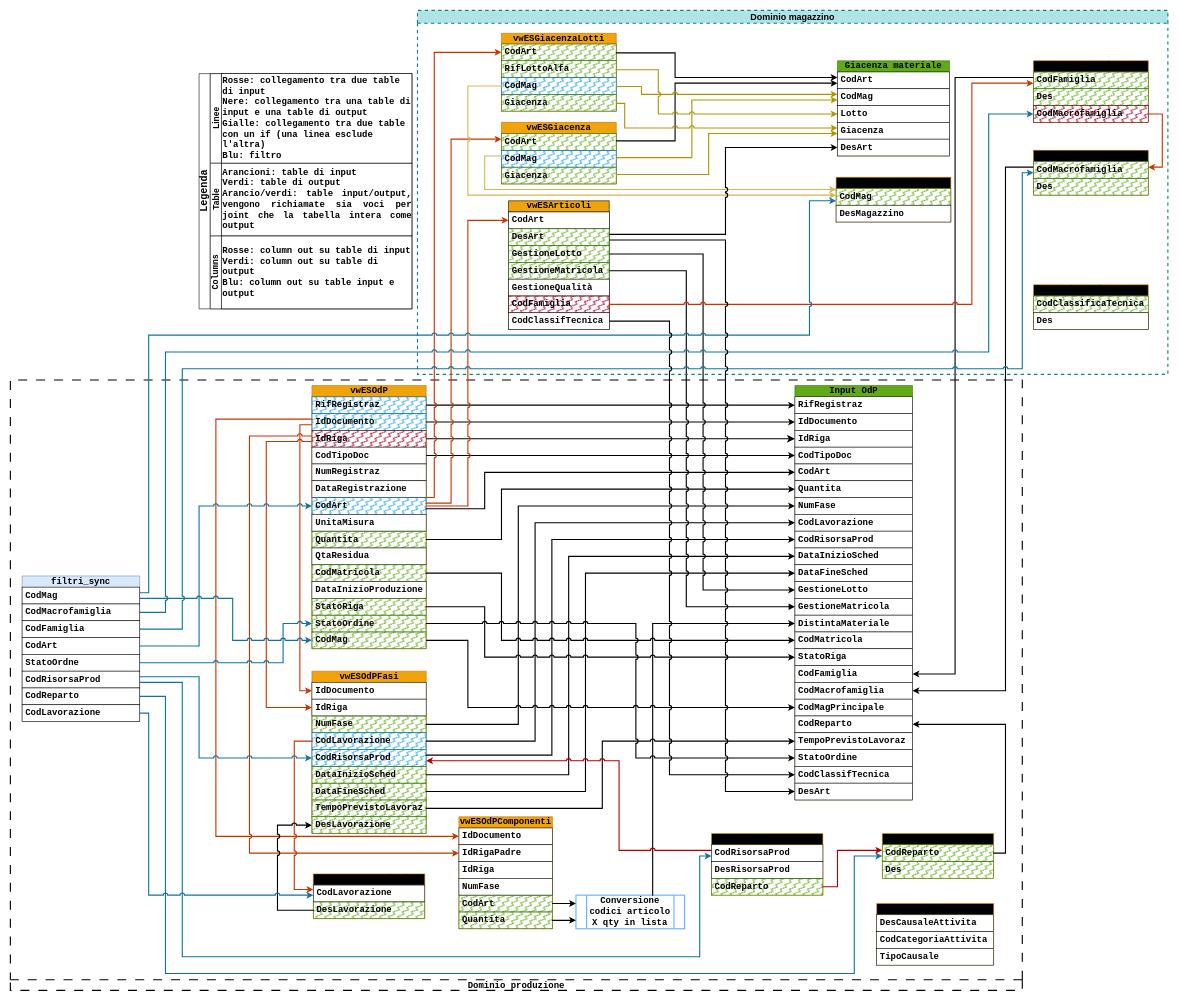
Above: page "Schema dati input" (1 of 4) of documenti/flusso informativo.drawio in GiorgioAlessandria/Avanzamenti_produzione (draw.io), before the change. Source tidied: cells renumbered, new cells numbered last; positions are measured from the earlier drawing's top-left corner, leaving out a move shared by most shapes. Both pictures are drawn from the tidied source at 56%, with x=0, y=0 at pixel (10, 10).
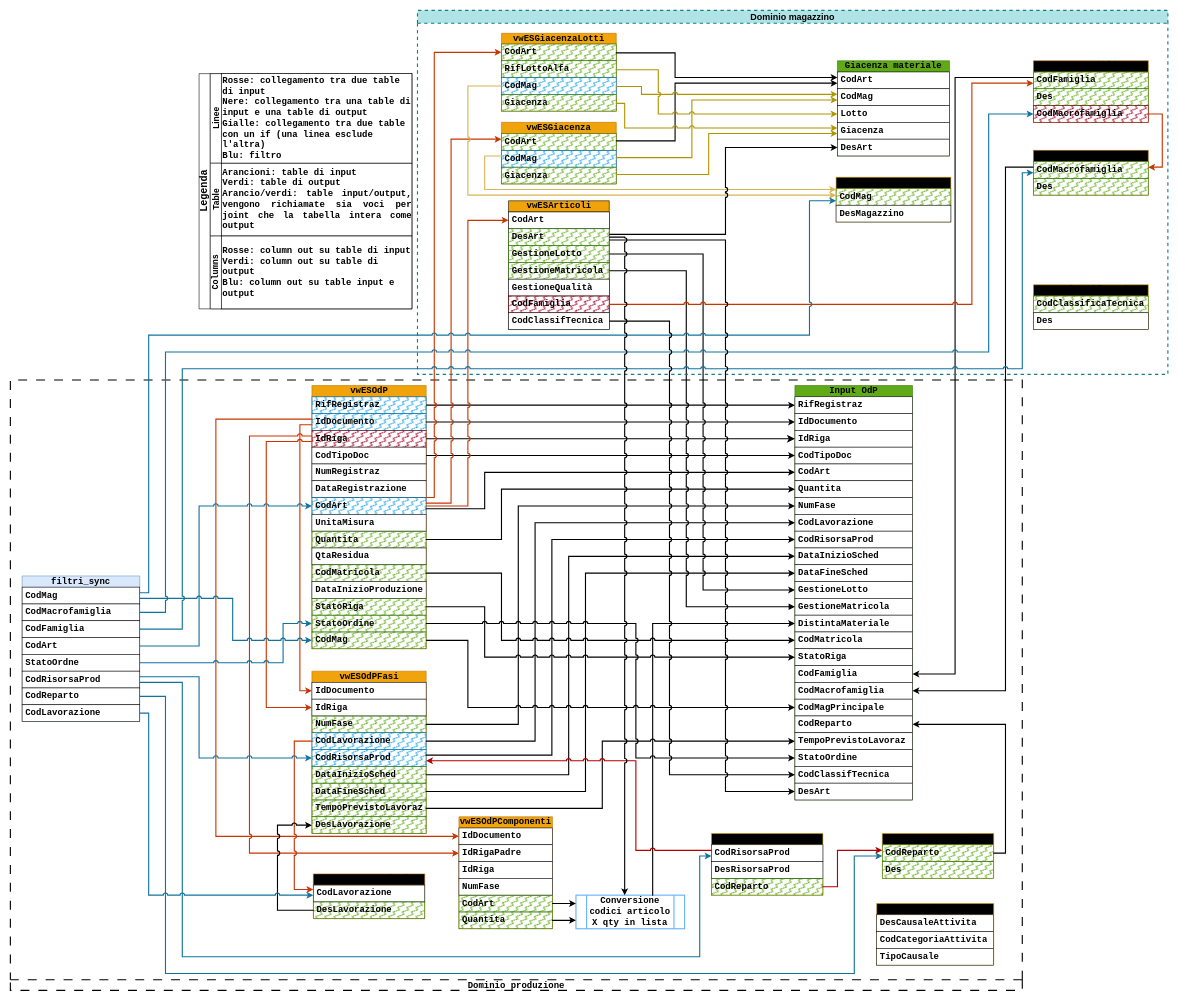
Above is the later version.

The change refers to these unchanged cells:
```xml
<mxCell id="2" value="&lt;font face=&quot;Courier New&quot;&gt;Dominio produzione&lt;/font&gt;" style="swimlane;whiteSpace=wrap;html=1;dashed=1;strokeWidth=2;dashPattern=8 8;fontSize=16;direction=west;startSize=19;" parent="1" vertex="1">
  <mxGeometry y="660" width="1807" height="1090" as="geometry" />
</mxCell>
<mxCell id="7" value="&lt;div style=&quot;text-align: justify;&quot;&gt;&lt;font&gt;CodRisorsaProd&lt;/font&gt;&lt;/div&gt;" style="text;align=left;verticalAlign=middle;spacingLeft=4;spacingRight=4;overflow=hidden;points=[[0,0.5],[1,0.5]];portConstraint=eastwest;whiteSpace=wrap;html=1;rounded=0;fillStyle=auto;fontFamily=Courier New;fontStyle=1;fontSize=16;fillColor=default;strokeColor=default;" parent="6" vertex="1">
  <mxGeometry y="20" width="199" height="30" as="geometry" />
</mxCell>
<mxCell id="11" value="&lt;font&gt;Conversione codici articolo X qty in lista&lt;/font&gt;" style="shape=process;whiteSpace=wrap;html=1;backgroundOutline=1;gradientColor=none;strokeColor=#66B2FF;fontColor=#000000;fontSize=16;fontStyle=1;fontFamily=Courier New;strokeWidth=2;" parent="2" vertex="1">
  <mxGeometry x="1010" y="920" width="194" height="60" as="geometry" />
</mxCell>
<mxCell id="26" value="&lt;div style=&quot;text-align: justify;&quot;&gt;&lt;font&gt;CodRisorsaProd&lt;/font&gt;&lt;/div&gt;" style="text;strokeColor=#006EAF;fillColor=#1ba1e2;align=left;verticalAlign=middle;spacingLeft=4;spacingRight=4;overflow=hidden;points=[[0,0.5],[1,0.5]];portConstraint=eastwest;whiteSpace=wrap;html=1;rounded=0;fillStyle=zigzag-line;fontColor=#000000;fontStyle=1;fontFamily=Courier New;fontSize=16;" parent="21" vertex="1">
  <mxGeometry y="140" width="204" height="30" as="geometry" />
</mxCell>
<mxCell id="147" value="&lt;div style=&quot;text-align: justify;&quot;&gt;&lt;font&gt;DesArt&lt;/font&gt;&lt;/div&gt;" style="text;strokeColor=#2D7600;fillColor=#60a917;align=left;verticalAlign=middle;spacingLeft=4;spacingRight=4;overflow=hidden;points=[[0,0.5],[1,0.5]];portConstraint=eastwest;whiteSpace=wrap;html=1;rounded=0;fontColor=#000000;fillStyle=zigzag-line;fontSize=16;fontFamily=Courier New;fontStyle=1;" parent="144" vertex="1">
  <mxGeometry y="50" width="180" height="30" as="geometry" />
</mxCell>
```

Diff of the diagram source:
```diff
@@
     <mxCell id="99" style="edgeStyle=orthogonalEdgeStyle;rounded=0;jettySize=auto;html=1;fillColor=#e51400;strokeColor=#B20000;jumpStyle=arc;jumpSize=6;fontColor=#000000;flowAnimation=0;enumerate=0;comic=0;linejoin=arcs;linecap=round;startFillColor=#000000;strokeWidth=2;" parent="2" edge="1" source="7" target="26">
       <mxGeometry relative="1" as="geometry">
         <Array as="points">
-          <mxPoint x="1087" y="840" />
-          <mxPoint x="1087" y="680" />
+          <mxPoint x="1117" y="840" />
+          <mxPoint x="1117" y="680" />
         </Array>
       </mxGeometry>
     </mxCell>
@@
+    <mxCell id="189" style="edgeStyle=orthogonalEdgeStyle;rounded=0;jettySize=auto;html=1;jumpStyle=arc;strokeWidth=2;" parent="1" edge="1" source="147" target="11">
+      <mxGeometry relative="1" as="geometry">
+        <Array as="points">
+          <mxPoint x="1097" y="405" />
+        </Array>
+      </mxGeometry>
+    </mxCell>
```
